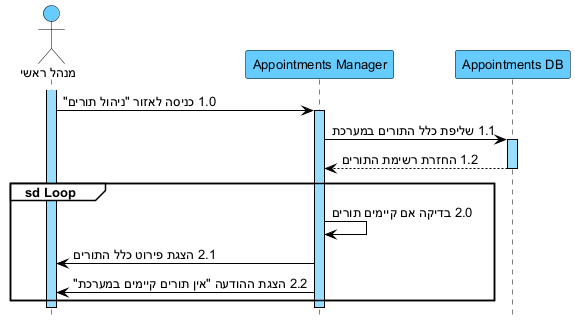
arielkaplan20/GOLDEN_HAIR_SALOAN keeps this PlantUML diagram as docs/diagrams/png/11-seq-suc11-ניהול-תורים.png. Above is the earlier version.
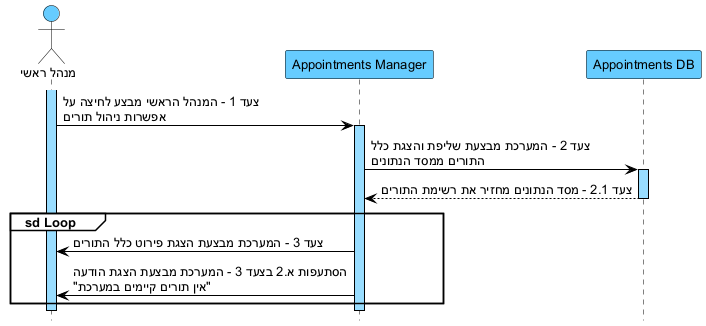
The same diagram one commit later.

Diff of the diagram source:
```diff
@@ -24,17 +24,16 @@
 participant "Appointments DB" as DB
 
 activate A
-A -> AM : 1.0 כניסה לאזור "ניהול תורים"
+A -> AM : צעד 1 - המנהל הראשי מבצע לחיצה על\nאפשרות ניהול תורים
 activate AM
-AM -> DB : 1.1 שליפת כלל התורים במערכת
+AM -> DB : צעד 2 - המערכת מבצעת שליפת והצגת כלל\nהתורים ממסד הנתונים
 activate DB
-DB --> AM : 1.2 החזרת רשימת התורים
+DB --> AM : צעד 2.1 - מסד הנתונים מחזיר את רשימת התורים
 deactivate DB
 
 group sd Loop
-AM -> AM : 2.0 בדיקה אם קיימים תורים
-AM -> A : 2.1 הצגת פירוט כלל התורים
-AM -> A : 2.2 הצגת ההודעה "אין תורים קיימים במערכת"
+AM -> A : צעד 3 - המערכת מבצעת הצגת פירוט כלל התורים
+AM -> A : הסתעפות א.2 בצעד 3 - המערכת מבצעת הצגת הודעה\n"אין תורים קיימים במערכת"
 end
 deactivate AM
 deactivate A
```
